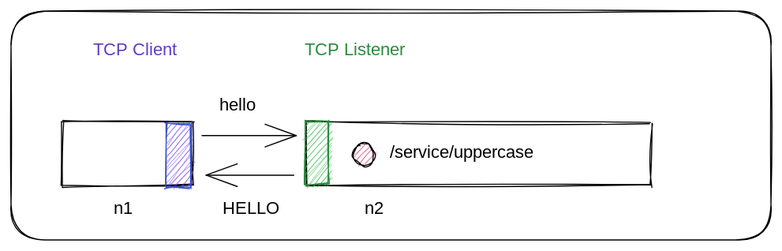
build-trust/ockam-documentation keeps this Excalidraw diagram as .gitbook/assets/file.excalidraw.svg. Above is the earlier version. Source tidied: one line per element, renumbered; positions are measured from the earlier drawing's top-left corner, leaving out a move shared by most shapes.
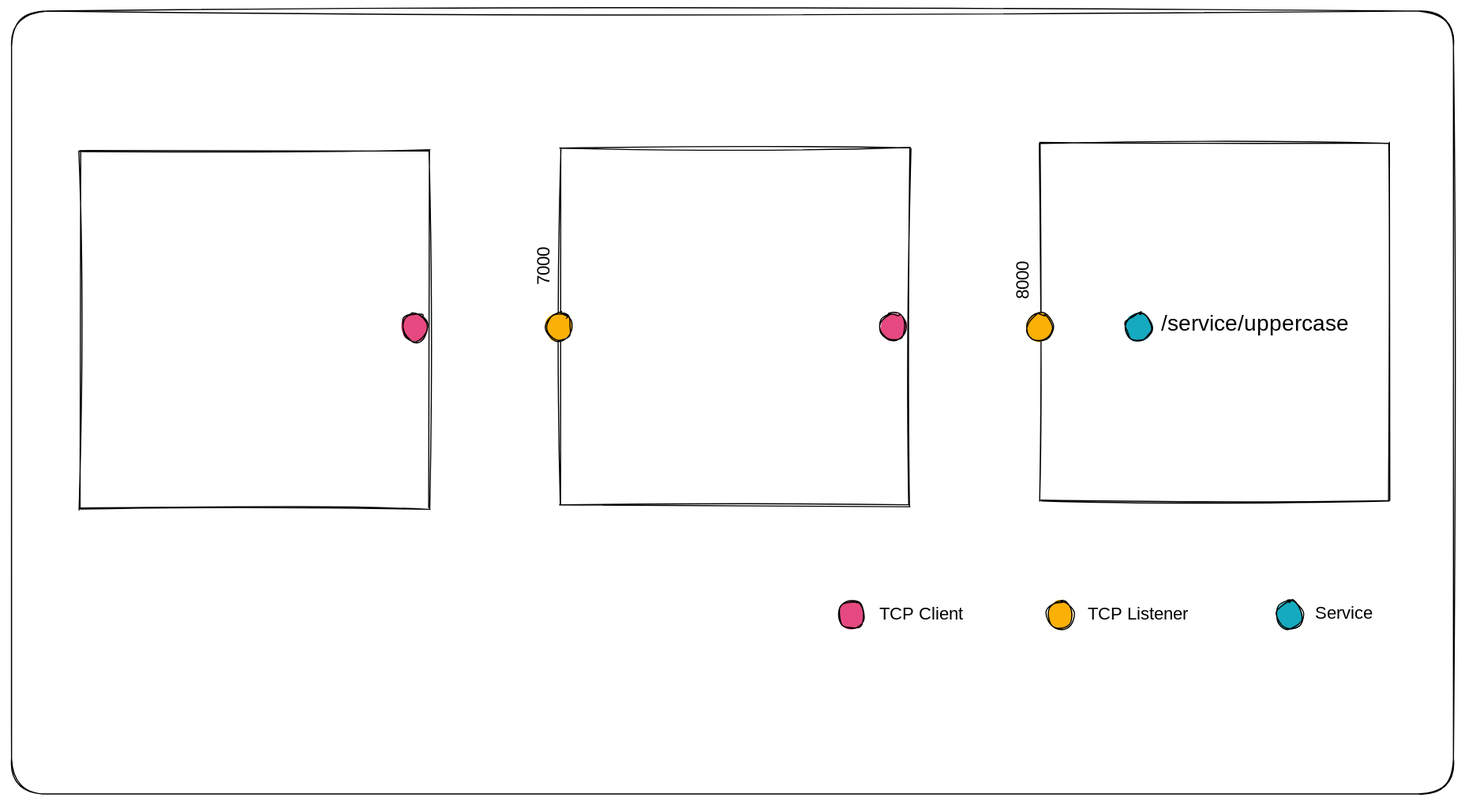
The same file after the commit.

Commit message:
GITBOOK-904: change request with no subject merged in GitBook

What changed in the source:
```diff
@@ -1,15 +1,18 @@
-{"id": 0, "type": "rectangle", "strokeColor": "#000000", "strokeWidth": 1, "roughness": 1, "x": 267, "y": 101, "width": 312, "height": 57}
+{"id": 3, "type": "rectangle", "strokeColor": "#000000", "strokeWidth": 1, "roughness": 1, "round": true, "x": -262, "y": -249, "width": 1305, "height": 709}
+{"id": 15, "type": "rectangle", "strokeColor": "#000000", "strokeWidth": 1, "roughness": 1, "x": 669, "y": -130, "width": 316, "height": 324}
+{"id": 13, "type": "text", "text": "/service/uppercase", "strokeColor": "#000000", "strokeWidth": 1, "roughness": 1, "fontSize": 20, "fontFamily": 1, "x": 779, "y": 22, "width": 184, "height": 25}
+{"id": 16, "type": "ellipse", "strokeColor": "#000000", "backgroundColor": "#15aabf", "fillStyle": "solid", "strokeWidth": 1, "roughness": 1, "round": true, "x": 747, "y": 25, "width": 23, "height": 25}
+{"id": 17, "type": "ellipse", "strokeColor": "#000000", "backgroundColor": "#fab005", "fillStyle": "solid", "strokeWidth": 1, "roughness": 1, "round": true, "x": 657, "y": 25, "width": 23, "height": 25}
+{"id": 18, "type": "text", "text": "8000", "strokeColor": "#000000", "angle": 4.72, "strokeWidth": 1, "roughness": 1, "fontSize": 16, "fontFamily": 1, "x": 631, "y": -22, "width": 47, "height": 20}
+{"id": 19, "type": "rectangle", "strokeColor": "#000000", "strokeWidth": 1, "roughness": 1, "x": 234, "y": -125, "width": 316, "height": 324}
+{"id": 20, "type": "rectangle", "strokeColor": "#000000", "strokeWidth": 1, "roughness": 1, "x": -200, "y": -122, "width": 316, "height": 324}
+{"id": 21, "type": "text", "text": "7000", "strokeColor": "#000000", "angle": 4.72, "strokeWidth": 1, "roughness": 1, "fontSize": 16, "fontFamily": 1, "x": 199, "y": -33, "width": 44, "height": 20}
+{"id": 22, "type": "ellipse", "strokeColor": "#000000", "backgroundColor": "#fab005", "fillStyle": "solid", "strokeWidth": 1, "roughness": 1, "round": true, "x": 221, "y": 25, "width": 23, "height": 25}
+{"id": 23, "type": "ellipse", "strokeColor": "#000000", "backgroundColor": "#e64980", "fillStyle": "solid", "strokeWidth": 1, "roughness": 1, "round": true, "x": 524, "y": 25, "width": 23, "height": 25}
+{"id": 24, "type": "ellipse", "strokeColor": "#000000", "backgroundColor": "#e64980", "fillStyle": "solid", "strokeWidth": 1, "roughness": 1, "round": true, "x": 91, "y": 25, "width": 23, "height": 25}
+{"id": 25, "type": "ellipse", "strokeColor": "#000000", "backgroundColor": "#e64980", "fillStyle": "solid", "strokeWidth": 1, "roughness": 1, "round": true, "x": 486, "y": 285, "width": 23, "height": 25}
+{"id": 4, "type": "text", "text": "TCP Client", "strokeColor": "#000000", "strokeWidth": 1, "roughness": 1, "fontSize": 16, "fontFamily": 1, "x": 524, "y": 288, "width": 87, "height": 20}
+{"id": 26, "type": "ellipse", "strokeColor": "#000000", "backgroundColor": "#fab005", "fillStyle": "solid", "strokeWidth": 1, "roughness": 1, "round": true, "x": 675, "y": 285, "width": 23, "height": 25}
-{"id": 1, "type": "text", "text": "TCP Listener", "strokeColor": "#2b8a3e", "strokeWidth": 1, "roughness": 1, "fontSize": 16, "fontFamily": 1, "x": 266, "y": 26, "width": 106, "height": 20}
+{"id": 1, "type": "text", "text": "TCP Listener", "strokeColor": "#000000", "strokeWidth": 1, "roughness": 1, "fontSize": 16, "fontFamily": 1, "x": 712, "y": 288, "width": 106, "height": 20}
-{"id": 2, "type": "rectangle", "strokeColor": "#2b8a3e", "backgroundColor": "#40c057", "fillStyle": "hachure", "strokeWidth": 1, "roughness": 1, "x": 266, "y": 99, "width": 21, "height": 58}
-{"id": 3, "type": "rectangle", "strokeColor": "#000000", "strokeWidth": 1, "roughness": 1, "round": true, "x": 0, "y": 0, "width": 688, "height": 207}
-{"id": 4, "type": "text", "text": "TCP Client", "strokeColor": "#5f3dc4", "strokeWidth": 1, "roughness": 1, "fontSize": 16, "fontFamily": 1, "x": 75, "y": 26, "width": 87, "height": 20}
-{"id": 5, "type": "rectangle", "strokeColor": "#000000", "strokeWidth": 1, "roughness": 1, "x": 46, "y": 101, "width": 118, "height": 57}
-{"id": 6, "type": "rectangle", "strokeColor": "#364fc7", "backgroundColor": "#7950f2", "fillStyle": "hachure", "strokeWidth": 1, "roughness": 1, "x": 141, "y": 101, "width": 21, "height": 58}
-{"id": 7, "type": "arrow", "strokeColor": "#000000", "backgroundColor": "#7950f2", "fillStyle": "hachure", "strokeWidth": 1, "roughness": 0, "endArrowhead": "arrow", "round": true, "from": 6, "to": 2, "x": 173, "y": 113, "width": 85, "height": 0, "points": [[0, 0], [85, 0]]}
-{"id": 8, "type": "arrow", "strokeColor": "#000000", "backgroundColor": "#7950f2", "fillStyle": "hachure", "strokeWidth": 1, "roughness": 0, "startArrowhead": "arrow", "round": true, "from": 6, "to": 2, "x": 177, "y": 149, "width": 79, "height": 0, "points": [[0, 0], [79, 0]]}
-{"id": 9, "type": "text", "text": "HELLO", "strokeColor": "#000000", "strokeWidth": 1, "roughness": 1, "fontSize": 16, "fontFamily": 1, "x": 192, "y": 169, "width": 52, "height": 20}
-{"id": 10, "type": "text", "text": "hello", "strokeColor": "#000000", "strokeWidth": 1, "roughness": 1, "fontSize": 16, "fontFamily": 1, "x": 189, "y": 76, "width": 36, "height": 20}
-{"id": 11, "type": "text", "text": "n2", "strokeColor": "#000000", "strokeWidth": 1, "roughness": 1, "fontSize": 16, "fontFamily": 1, "x": 320, "y": 169, "width": 21, "height": 20}
-{"id": 12, "type": "text", "text": "n1", "strokeColor": "#000000", "strokeWidth": 1, "roughness": 1, "fontSize": 16, "fontFamily": 1, "x": 93, "y": 169, "width": 14, "height": 20}
-{"id": 13, "type": "text", "text": "/service/uppercase", "strokeColor": "#000000", "strokeWidth": 1, "roughness": 1, "fontSize": 16, "fontFamily": 1, "x": 343, "y": 119, "width": 148, "height": 20}
-{"id": 14, "type": "ellipse", "strokeColor": "#000000", "backgroundColor": "#e64980", "fillStyle": "hachure", "strokeWidth": 1, "roughness": 1, "round": true, "x": 310, "y": 120, "width": 20, "height": 20}
+{"id": 27, "type": "ellipse", "strokeColor": "#000000", "backgroundColor": "#15aabf", "fillStyle": "solid", "strokeWidth": 1, "roughness": 1, "round": true, "x": 883, "y": 285, "width": 23, "height": 25}
+{"id": 28, "type": "text", "text": "Service", "strokeColor": "#000000", "strokeWidth": 1, "roughness": 1, "fontSize": 16, "fontFamily": 1, "x": 918, "y": 287, "width": 56, "height": 20}
```
